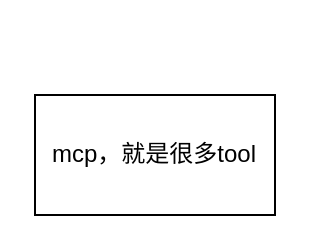
Earlier version of the draw.io diagram allDrawFile/未命名绘图.drawio (bzqCoding/allDraw). Source tidied: cells renumbered, new cells numbered last; positions are measured from the earlier drawing's top-left corner, leaving out a move shared by most shapes. Both pictures are drawn from the tidied source at 200%, with x=0, y=0 at pixel (34, 94).
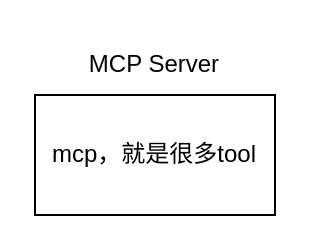
The same diagram, later.

Commit message (it also covers changes not shown here):
更新未命名绘图.drawio

Diff of the diagram source:
```diff
@@
 <mxGraphModel>
   <root>
     <mxCell id="0" />
     <mxCell id="1" parent="0" />
     <mxCell id="2" value="mcp，就是很多tool" style="rounded=0;whiteSpace=wrap;html=1;" parent="1" vertex="1">
       <mxGeometry width="120" height="60" as="geometry" />
     </mxCell>
+    <mxCell id="3" value="MCP Server" style="text;html=1;whiteSpace=wrap;strokeColor=none;fillColor=none;align=center;verticalAlign=middle;rounded=0;" parent="1" vertex="1">
+      <mxGeometry x="15" y="-30" width="90" height="30" as="geometry" />
+    </mxCell>
   </root>
 </mxGraphModel>
```
